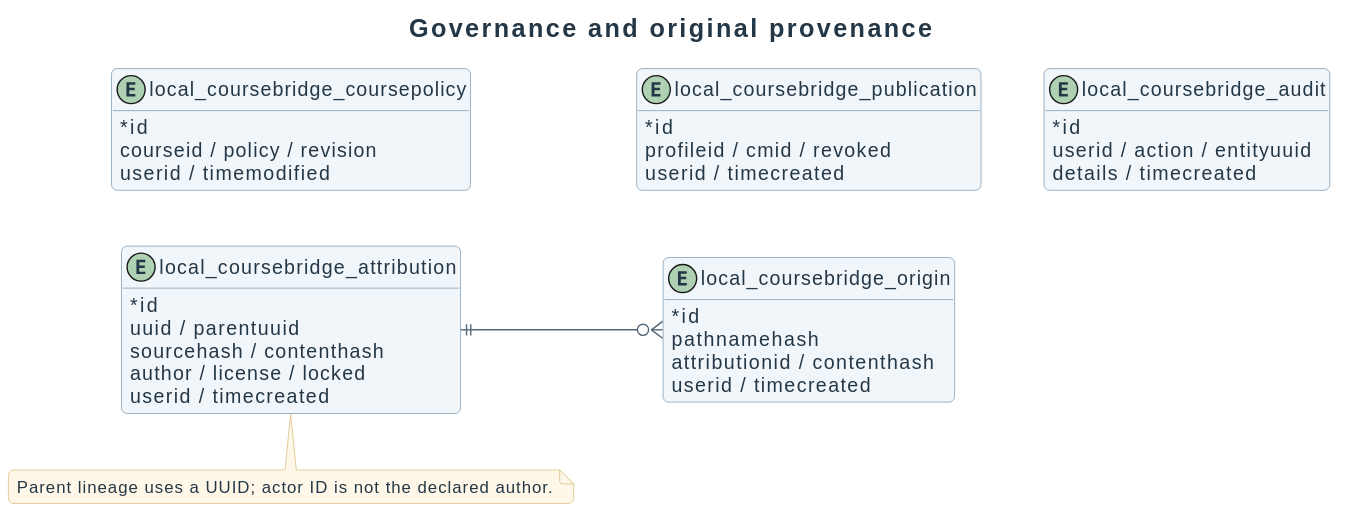
Earlier version of the PlantUML export docs/diagrams/design/attribution-data-model.svg (didactika/moodle-local_coursefiles). Its diagram source:
```plantuml
@startuml
!include ../_style.puml
title Governance and original provenance
left to right direction
hide methods
entity "local_coursebridge_attribution" as attribution {
  * id
  uuid / parentuuid
  sourcehash / contenthash
  author / license / locked
  userid / timecreated
}

entity "local_coursebridge_origin" as origin {
  * id
  pathnamehash
  attributionid / contenthash
  userid / timecreated
}

entity "local_coursebridge_coursepolicy" as coursepolicy {
  * id
  courseid / policy / revision
  userid / timemodified
}

entity "local_coursebridge_publication" as publication {
  * id
  profileid / cmid / revoked
  userid / timecreated
}

entity "local_coursebridge_audit" as audit {
  * id
  userid / action / entityuuid
  details / timecreated
}

attribution ||--o{ origin
coursepolicy -[hidden]down-> publication
publication -[hidden]down-> audit
coursepolicy -[hidden]right-> attribution
note bottom of attribution : Parent lineage uses a UUID; actor ID is not the declared author.
@enduml
```
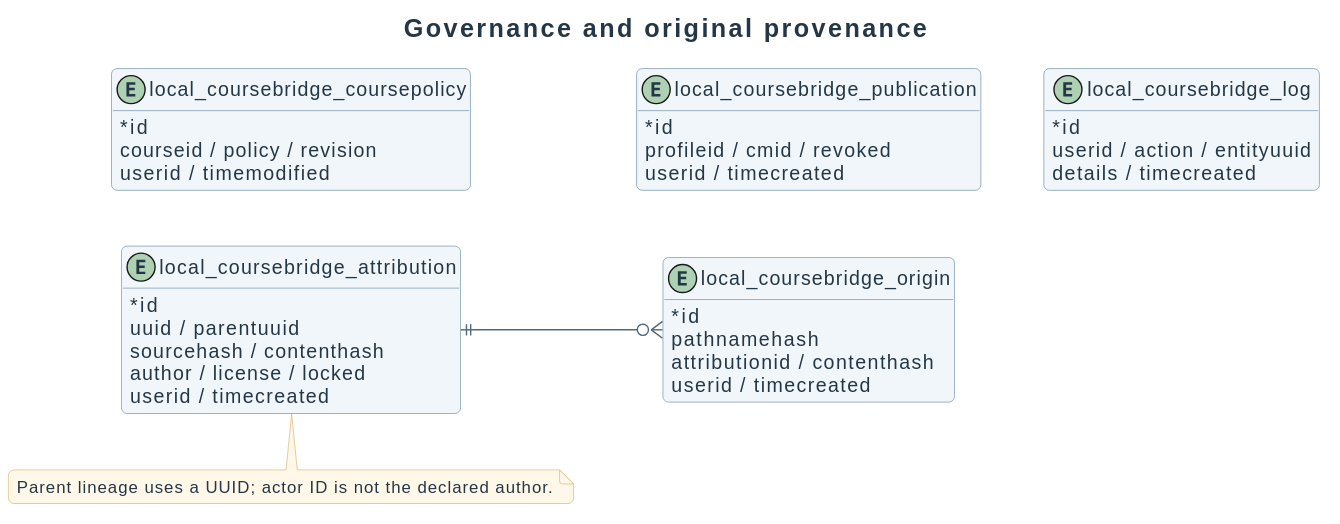
The same file after the commit.

Change to the diagram source:
```diff
@@ -30,7 +30,7 @@
   userid / timecreated
 }
 
-entity "local_coursebridge_audit" as audit {
+entity "local_coursebridge_log" as log {
   * id
   userid / action / entityuuid
   details / timecreated
@@ -38,7 +38,7 @@
 
 attribution ||--o{ origin
 coursepolicy -[hidden]down-> publication
-publication -[hidden]down-> audit
+publication -[hidden]down-> log
 coursepolicy -[hidden]right-> attribution
 note bottom of attribution : Parent lineage uses a UUID; actor ID is not the declared author.
 @enduml
```
